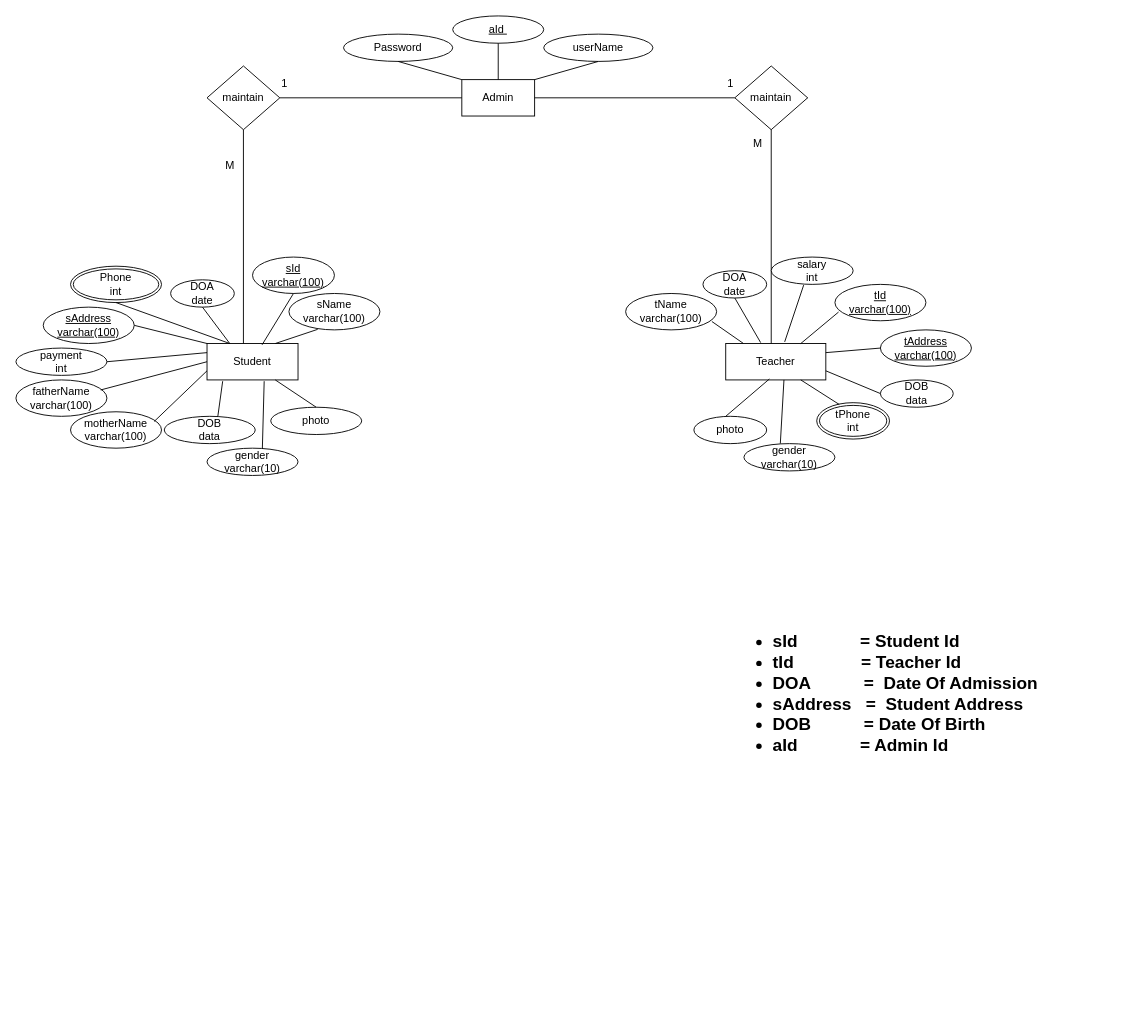
Dulara-Akalanka/Group-Software-Project keeps this draw.io diagram as ER-Diagram.drawio. Above is the earlier version. Source tidied: cells renumbered, new cells numbered last; positions are measured from the earlier drawing's top-left corner, leaving out a move shared by most shapes. Both pictures are drawn from the tidied source at 91%, with x=0, y=0 at pixel (15, 15).
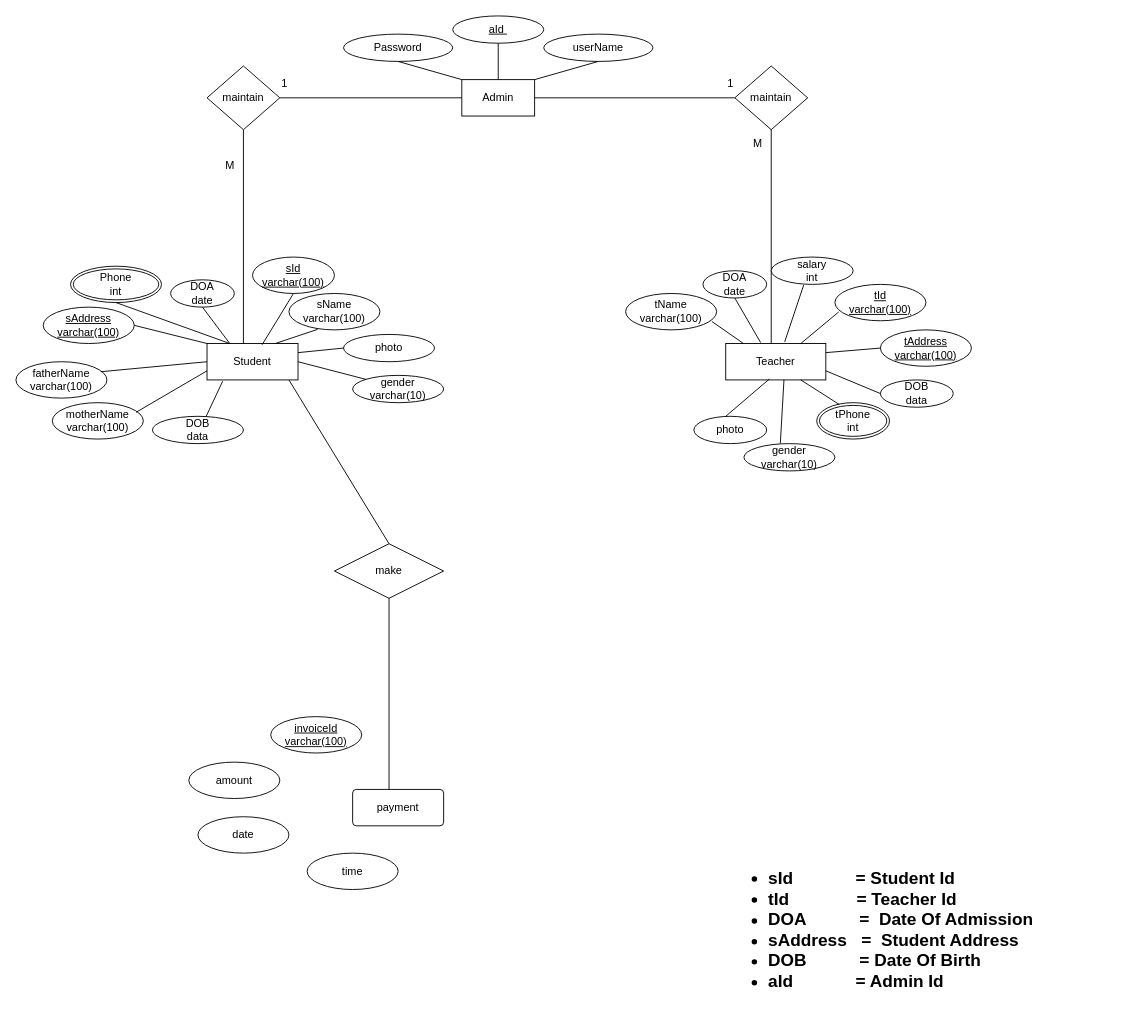
After the change.

The change refers to these unchanged cells:
```xml
<mxCell id="2" value="Student" style="whiteSpace=wrap;html=1;align=center;" parent="1" vertex="1">
  <mxGeometry x="210" y="360" width="100" height="40" as="geometry" />
</mxCell>
```

Change to the diagram source:
```diff
@@
     <mxCell id="12" value="motherName&lt;br&gt;varchar(100)" style="ellipse;whiteSpace=wrap;html=1;align=center;" parent="1" vertex="1">
-      <mxGeometry x="60" y="435" width="100" height="40" as="geometry" />
+      <mxGeometry x="40" y="425" width="100" height="40" as="geometry" />
     </mxCell>
     <mxCell id="13" value="fatherName&lt;br&gt;varchar(100)" style="ellipse;whiteSpace=wrap;html=1;align=center;" parent="1" vertex="1">
-      <mxGeometry y="400" width="100" height="40" as="geometry" />
+      <mxGeometry y="380" width="100" height="40" as="geometry" />
     </mxCell>
     <mxCell id="14" value="DOB&lt;br&gt;data" style="ellipse;whiteSpace=wrap;html=1;align=center;" parent="1" vertex="1">
-      <mxGeometry x="163" y="440" width="100" height="30" as="geometry" />
+      <mxGeometry x="150" y="440" width="100" height="30" as="geometry" />
     </mxCell>
     <mxCell id="15" value="gender&lt;br&gt;varchar(10)" style="ellipse;whiteSpace=wrap;html=1;align=center;" parent="1" vertex="1">
-      <mxGeometry x="210" y="475" width="100" height="30" as="geometry" />
+      <mxGeometry x="370" y="395" width="100" height="30" as="geometry" />
     </mxCell>
     <mxCell id="16" value="photo" style="ellipse;whiteSpace=wrap;html=1;align=center;" parent="1" vertex="1">
-      <mxGeometry x="280" y="430" width="100" height="30" as="geometry" />
+      <mxGeometry x="360" y="350" width="100" height="30" as="geometry" />
     </mxCell>
@@
-    <mxCell id="20" style="endArrow=none;html=1;rounded=0;exitX=0.5;exitY=0;exitDx=0;exitDy=0;entryX=0.75;entryY=1;entryDx=0;entryDy=0;" parent="1" edge="1" source="16" target="2">
+    <mxCell id="20" style="endArrow=none;html=1;rounded=0;exitX=0;exitY=0.5;exitDx=0;exitDy=0;entryX=1;entryY=0.25;entryDx=0;entryDy=0;" parent="1" edge="1" source="16" target="2">
       <mxGeometry relative="1" as="geometry" />
     </mxCell>
-    <mxCell id="21" style="endArrow=none;html=1;rounded=0;entryX=0.628;entryY=1.035;entryDx=0;entryDy=0;entryPerimeter=0;exitX=0.608;exitY=0.02;exitDx=0;exitDy=0;exitPerimeter=0;" parent="1" edge="1" source="15" target="2">
+    <mxCell id="21" style="endArrow=none;html=1;rounded=0;entryX=1;entryY=0.5;entryDx=0;entryDy=0;exitX=0;exitY=0;exitDx=0;exitDy=0;" parent="1" edge="1" source="15" target="2">
       <mxGeometry relative="1" as="geometry" />
     </mxCell>
@@
-    <mxCell id="45" value="payment&lt;br&gt;int" style="ellipse;whiteSpace=wrap;html=1;" parent="1" vertex="1">
-      <mxGeometry y="365" width="100" height="30" as="geometry" />
-    </mxCell>
-    <mxCell id="46" style="endArrow=none;html=1;rounded=0;entryX=0;entryY=0.25;entryDx=0;entryDy=0;" parent="1" edge="1" target="2">
-      <mxGeometry relative="1" as="geometry">
-        <mxPoint x="100" y="380" as="sourcePoint" />
-      </mxGeometry>
-    </mxCell>
@@
     <mxCell id="57" value="&lt;blockquote style=&quot;margin: 0 0 0 40px; border: none; padding: 0px;&quot;&gt;&lt;div style=&quot;&quot;&gt;&lt;div style=&quot;font-size: 19px;&quot;&gt;&lt;ul&gt;&lt;li&gt;&lt;b&gt;&lt;span style=&quot;background-color: initial;&quot;&gt;sId&amp;nbsp; &amp;nbsp; &amp;nbsp; &amp;nbsp; &amp;nbsp; &amp;nbsp; &amp;nbsp;=&amp;nbsp;&lt;/span&gt;&lt;span style=&quot;background-color: initial;&quot;&gt;Student Id&lt;/span&gt;&lt;/b&gt;&lt;/li&gt;&lt;li&gt;&lt;span style=&quot;background-color: initial;&quot;&gt;&lt;b&gt;tId&amp;nbsp; &amp;nbsp; &amp;nbsp; &amp;nbsp; &amp;nbsp; &amp;nbsp; &amp;nbsp; = Teacher Id&amp;nbsp; &amp;nbsp; &amp;nbsp; &amp;nbsp; &amp;nbsp; &amp;nbsp; &amp;nbsp;&amp;nbsp;&lt;/b&gt;&lt;/span&gt;&lt;/li&gt;&lt;li&gt;&lt;span style=&quot;background-color: initial;&quot;&gt;&lt;b&gt;DOA&amp;nbsp; &amp;nbsp; &amp;nbsp; &amp;nbsp; &amp;nbsp; &amp;nbsp;=&amp;nbsp; Date Of Admission&lt;/b&gt;&lt;/span&gt;&lt;/li&gt;&lt;li&gt;&lt;span style=&quot;background-color: initial;&quot;&gt;&lt;b&gt;sAddress&amp;nbsp; &amp;nbsp;=&amp;nbsp; Student Address&lt;/b&gt;&lt;/span&gt;&lt;/li&gt;&lt;li&gt;&lt;span style=&quot;background-color: initial;&quot;&gt;&lt;b&gt;DOB&amp;nbsp; &amp;nbsp; &amp;nbsp; &amp;nbsp; &amp;nbsp; &amp;nbsp;= Date Of Birth&lt;/b&gt;&lt;/span&gt;&lt;/li&gt;&lt;li&gt;&lt;b&gt;aId&amp;nbsp; &amp;nbsp; &amp;nbsp; &amp;nbsp; &amp;nbsp; &amp;nbsp; &amp;nbsp;= Admin Id&lt;/b&gt;&lt;/li&gt;&lt;/ul&gt;&lt;/div&gt;&lt;/div&gt;&lt;/blockquote&gt;" style="text;html=1;strokeColor=none;fillColor=none;align=left;verticalAlign=middle;whiteSpace=wrap;rounded=0;" parent="1" vertex="1">
-      <mxGeometry x="750" y="680" width="460" height="130" as="geometry" />
+      <mxGeometry x="745" y="940" width="460" height="130" as="geometry" />
     </mxCell>
@@
+    <mxCell id="64" value="payment" style="rounded=1;arcSize=10;whiteSpace=wrap;html=1;align=center;" parent="1" vertex="1">
+      <mxGeometry x="370" y="850" width="100" height="40" as="geometry" />
+    </mxCell>
+    <mxCell id="65" value="make" style="shape=rhombus;perimeter=rhombusPerimeter;whiteSpace=wrap;html=1;align=center;" parent="1" vertex="1">
+      <mxGeometry x="350" y="580" width="120" height="60" as="geometry" />
+    </mxCell>
+    <mxCell id="66" style="endArrow=none;html=1;rounded=0;entryX=0.5;entryY=0;entryDx=0;entryDy=0;exitX=0.9;exitY=1;exitDx=0;exitDy=0;exitPerimeter=0;" parent="1" edge="1" source="2" target="65">
+      <mxGeometry relative="1" as="geometry" />
+    </mxCell>
+    <mxCell id="67" style="endArrow=none;html=1;rounded=0;exitX=0.5;exitY=1;exitDx=0;exitDy=0;" parent="1" edge="1" source="65">
+      <mxGeometry relative="1" as="geometry">
+        <mxPoint x="410" y="850" as="targetPoint" />
+      </mxGeometry>
+    </mxCell>
+    <mxCell id="68" value="amount" style="ellipse;whiteSpace=wrap;html=1;align=center;" parent="1" vertex="1">
+      <mxGeometry x="190" y="820" width="100" height="40" as="geometry" />
+    </mxCell>
+    <mxCell id="69" value="invoiceId&lt;br&gt;varchar(100)" style="ellipse;whiteSpace=wrap;html=1;align=center;fontStyle=4;" parent="1" vertex="1">
+      <mxGeometry x="280" y="770" width="100" height="40" as="geometry" />
+    </mxCell>
+    <mxCell id="70" value="date" style="ellipse;whiteSpace=wrap;html=1;align=center;" parent="1" vertex="1">
+      <mxGeometry x="200" y="880" width="100" height="40" as="geometry" />
+    </mxCell>
+    <mxCell id="71" value="time" style="ellipse;whiteSpace=wrap;html=1;align=center;" parent="1" vertex="1">
+      <mxGeometry x="320" y="920" width="100" height="40" as="geometry" />
+    </mxCell>
```
